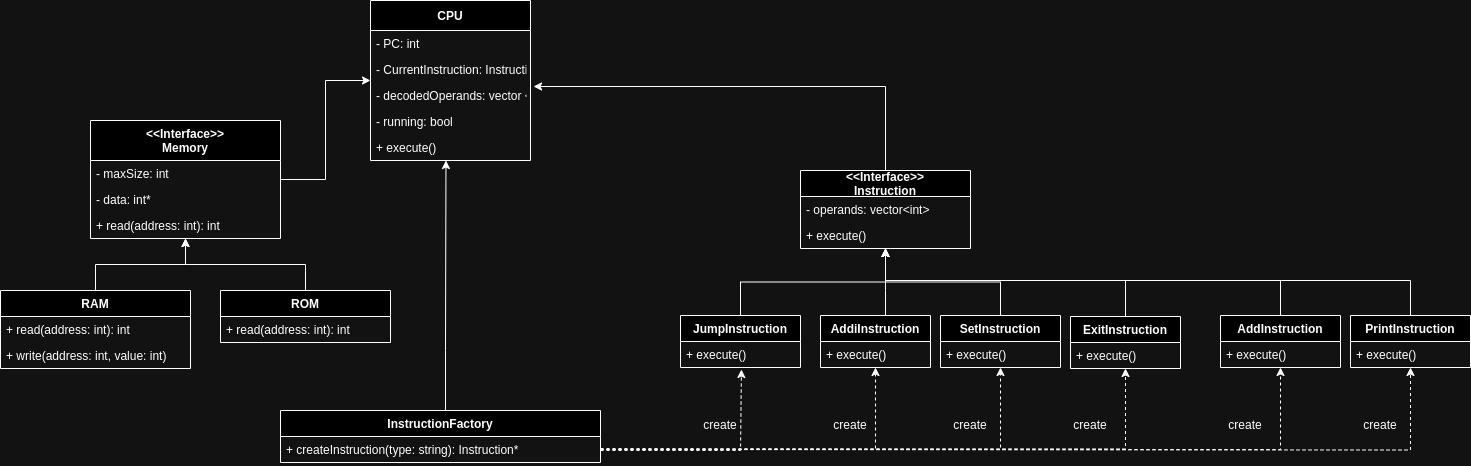
Earlier version of the draw.io export class_diagram.png (M7mdOdeh1/CPU-Simulation). Source tidied: cells renumbered, new cells last; positions are measured from the earlier drawing's top-left corner, leaving out a move shared by most shapes.
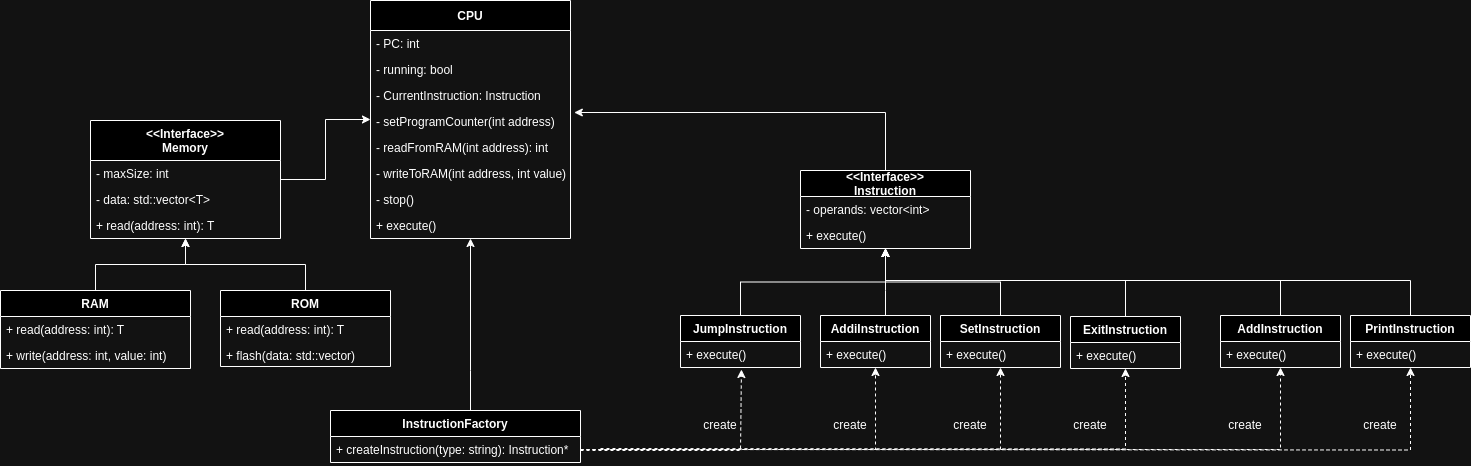
The same file after the commit.

Commit message:
update the CPU and ROM tables of class diagram

What changed in the source:
```diff
@@ -3,22 +3,31 @@
     <mxCell id="0" />
     <mxCell id="1" parent="0" />
     <mxCell id="2" value="CPU" style="swimlane;fontStyle=1;horizontal=1;startSize=30;" parent="1" vertex="1">
-      <mxGeometry x="370" width="160" height="160" as="geometry" />
+      <mxGeometry x="370" width="200" height="238" as="geometry" />
     </mxCell>
     <mxCell id="3" value="- PC: int" style="text;strokeColor=none;fillColor=none;align=left;verticalAlign=top;spacingLeft=4;spacingRight=4;overflow=hidden;" parent="2" vertex="1">
-      <mxGeometry y="30" width="160" height="26" as="geometry" />
+      <mxGeometry y="30" width="200" height="26" as="geometry" />
     </mxCell>
+    <mxCell id="6" value="- running: bool" style="text;strokeColor=none;fillColor=none;align=left;verticalAlign=top;spacingLeft=4;spacingRight=4;overflow=hidden;" parent="2" vertex="1">
+      <mxGeometry y="56" width="200" height="26" as="geometry" />
+    </mxCell>
     <mxCell id="4" value="- CurrentInstruction: Instruction" style="text;strokeColor=none;fillColor=none;align=left;verticalAlign=top;spacingLeft=4;spacingRight=4;overflow=hidden;" parent="2" vertex="1">
-      <mxGeometry y="56" width="160" height="26" as="geometry" />
+      <mxGeometry y="82" width="200" height="26" as="geometry" />
     </mxCell>
-    <mxCell id="5" value="- decodedOperands: vector &lt;int&gt;" style="text;strokeColor=none;fillColor=none;align=left;verticalAlign=top;spacingLeft=4;spacingRight=4;overflow=hidden;points=[[0,0.5],[1,0.5]];portConstraint=eastwest;" parent="2" vertex="1">
-      <mxGeometry y="82" width="160" height="26" as="geometry" />
+    <mxCell id="5" value="- setProgramCounter(int address)" style="text;strokeColor=none;fillColor=none;align=left;verticalAlign=top;spacingLeft=4;spacingRight=4;overflow=hidden;points=[[0,0.5],[1,0.5]];portConstraint=eastwest;" parent="2" vertex="1">
+      <mxGeometry y="108" width="200" height="26" as="geometry" />
     </mxCell>
-    <mxCell id="6" value="- running: bool" style="text;strokeColor=none;fillColor=none;align=left;verticalAlign=top;spacingLeft=4;spacingRight=4;overflow=hidden;" parent="2" vertex="1">
-      <mxGeometry y="108" width="160" height="26" as="geometry" />
-    </mxCell>
+    <mxCell id="57" value="- readFromRAM(int address): int" style="text;strokeColor=none;fillColor=none;align=left;verticalAlign=top;spacingLeft=4;spacingRight=4;overflow=hidden;" parent="2" vertex="1">
+      <mxGeometry y="134" width="200" height="26" as="geometry" />
+    </mxCell>
+    <mxCell id="58" value="- writeToRAM(int address, int value) " style="text;strokeColor=none;fillColor=none;align=left;verticalAlign=top;spacingLeft=4;spacingRight=4;overflow=hidden;" parent="2" vertex="1">
+      <mxGeometry y="160" width="200" height="26" as="geometry" />
+    </mxCell>
+    <mxCell id="59" value="- stop()" style="text;strokeColor=none;fillColor=none;align=left;verticalAlign=top;spacingLeft=4;spacingRight=4;overflow=hidden;" parent="2" vertex="1">
+      <mxGeometry y="186" width="200" height="26" as="geometry" />
+    </mxCell>
     <mxCell id="7" value="+ execute()" style="text;strokeColor=none;fillColor=none;align=left;verticalAlign=top;spacingLeft=4;spacingRight=4;overflow=hidden;" parent="2" vertex="1">
-      <mxGeometry y="134" width="160" height="26" as="geometry" />
+      <mxGeometry y="212" width="200" height="26" as="geometry" />
     </mxCell>
     <mxCell id="8" style="edgeStyle=orthogonalEdgeStyle;rounded=0;jettySize=auto;html=1;" parent="1" edge="1" source="9" target="2">
       <mxGeometry relative="1" as="geometry" />
@@ -29,10 +38,10 @@
     <mxCell id="10" value="- maxSize: int" style="text;strokeColor=none;fillColor=none;align=left;verticalAlign=top;spacingLeft=4;spacingRight=4;overflow=hidden;" parent="9" vertex="1">
       <mxGeometry y="40" width="190" height="26" as="geometry" />
     </mxCell>
-    <mxCell id="11" value="- data: int*" style="text;strokeColor=none;fillColor=none;align=left;verticalAlign=top;spacingLeft=4;spacingRight=4;overflow=hidden;" parent="9" vertex="1">
+    <mxCell id="11" value="- data: std::vector&lt;T&gt;" style="text;strokeColor=none;fillColor=none;align=left;verticalAlign=top;spacingLeft=4;spacingRight=4;overflow=hidden;" parent="9" vertex="1">
       <mxGeometry y="66" width="190" height="26" as="geometry" />
     </mxCell>
-    <mxCell id="12" value="+ read(address: int): int" style="text;strokeColor=none;fillColor=none;align=left;verticalAlign=top;spacingLeft=4;spacingRight=4;overflow=hidden;" parent="9" vertex="1">
+    <mxCell id="12" value="+ read(address: int): T" style="text;strokeColor=none;fillColor=none;align=left;verticalAlign=top;spacingLeft=4;spacingRight=4;overflow=hidden;" parent="9" vertex="1">
       <mxGeometry y="92" width="190" height="26" as="geometry" />
     </mxCell>
     <mxCell id="13" style="edgeStyle=orthogonalEdgeStyle;rounded=0;jettySize=auto;html=1;" parent="1" edge="1" source="14" target="9">
@@ -41,7 +50,7 @@
     <mxCell id="14" value="RAM" style="swimlane;fontStyle=1;horizontal=1;startSize=26;" parent="1" vertex="1">
       <mxGeometry y="290" width="190" height="78" as="geometry" />
     </mxCell>
-    <mxCell id="15" value="+ read(address: int): int" style="text;strokeColor=none;fillColor=none;align=left;verticalAlign=top;spacingLeft=4;spacingRight=4;overflow=hidden;" parent="14" vertex="1">
+    <mxCell id="15" value="+ read(address: int): T" style="text;strokeColor=none;fillColor=none;align=left;verticalAlign=top;spacingLeft=4;spacingRight=4;overflow=hidden;" parent="14" vertex="1">
       <mxGeometry y="26" width="190" height="26" as="geometry" />
     </mxCell>
     <mxCell id="16" value="+ write(address: int, value: int)" style="text;strokeColor=none;fillColor=none;align=left;verticalAlign=top;spacingLeft=4;spacingRight=4;overflow=hidden;" parent="14" vertex="1">
@@ -51,11 +60,14 @@
       <mxGeometry relative="1" as="geometry" />
     </mxCell>
     <mxCell id="18" value="ROM" style="swimlane;fontStyle=1;horizontal=1;startSize=26;" parent="1" vertex="1">
-      <mxGeometry x="220" y="290" width="170" height="52" as="geometry" />
+      <mxGeometry x="220" y="290" width="170" height="76" as="geometry" />
     </mxCell>
-    <mxCell id="19" value="+ read(address: int): int" style="text;strokeColor=none;fillColor=none;align=left;verticalAlign=top;spacingLeft=4;spacingRight=4;overflow=hidden;" parent="18" vertex="1">
+    <mxCell id="19" value="+ read(address: int): T" style="text;strokeColor=none;fillColor=none;align=left;verticalAlign=top;spacingLeft=4;spacingRight=4;overflow=hidden;" parent="18" vertex="1">
       <mxGeometry y="26" width="170" height="26" as="geometry" />
     </mxCell>
+    <mxCell id="60" value="+ flash(data: std::vector)" style="text;strokeColor=none;fillColor=none;align=left;verticalAlign=top;spacingLeft=4;spacingRight=4;overflow=hidden;" parent="18" vertex="1">
+      <mxGeometry y="52" width="170" height="24" as="geometry" />
+    </mxCell>
     <mxCell id="20" style="edgeStyle=orthogonalEdgeStyle;rounded=0;jettySize=auto;html=1;dashed=1;" parent="1" edge="1" target="43">
       <mxGeometry relative="1" as="geometry">
         <mxPoint x="600" y="448" as="sourcePoint" />
@@ -67,10 +79,10 @@
       </mxGeometry>
     </mxCell>
     <mxCell id="22" value="InstructionFactory" style="swimlane;fontStyle=1;horizontal=1;startSize=26;" parent="1" vertex="1">
-      <mxGeometry x="280" y="410" width="320" height="52" as="geometry" />
+      <mxGeometry x="330" y="410" width="250" height="52" as="geometry" />
     </mxCell>
     <mxCell id="23" value="+ createInstruction(type: string): Instruction*" style="text;strokeColor=none;fillColor=none;align=left;verticalAlign=top;spacingLeft=4;spacingRight=4;overflow=hidden;points=[[0,0.5],[1,0.5]];portConstraint=eastwest;" parent="22" vertex="1">
-      <mxGeometry y="26" width="320" height="26" as="geometry" />
+      <mxGeometry y="26" width="250" height="26" as="geometry" />
     </mxCell>
     <mxCell id="24" value="&lt;&lt;Interface&gt;&gt;&#10;Instruction" style="swimlane;fontStyle=1;horizontal=1;startSize=26;" parent="1" vertex="1">
       <mxGeometry x="800" y="170" width="170" height="78" as="geometry" />
@@ -155,12 +167,11 @@
     <mxCell id="44" value="+ execute()" style="text;strokeColor=none;fillColor=none;align=left;verticalAlign=top;spacingLeft=4;spacingRight=4;overflow=hidden;" parent="43" vertex="1">
       <mxGeometry y="26" width="110" height="26" as="geometry" />
     </mxCell>
-    <mxCell id="45" style="edgeStyle=orthogonalEdgeStyle;rounded=0;jettySize=auto;html=1;entryX=0.381;entryY=1;entryDx=0;entryDy=0;entryPerimeter=0;" parent="1" edge="1" source="22">
+    <mxCell id="45" style="edgeStyle=orthogonalEdgeStyle;rounded=0;jettySize=auto;html=1;" parent="1" edge="1" source="22" target="2">
       <mxGeometry relative="1" as="geometry">
-        <mxPoint x="445.5" y="160" as="targetPoint" />
         <Array as="points">
-          <mxPoint x="445" y="350" />
-          <mxPoint x="445" y="350" />
+          <mxPoint x="470" y="370" />
+          <mxPoint x="470" y="370" />
         </Array>
       </mxGeometry>
     </mxCell>
```
